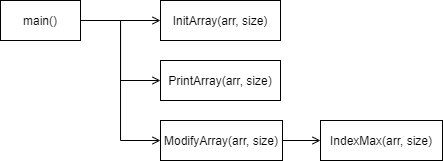
fhctyw/Lab6.2 keeps this draw.io diagram as Lab6.2.1/structure.png. Above is the earlier version. Source tidied: cells renumbered, new cells last; positions are measured from the earlier drawing's top-left corner, leaving out a move shared by most shapes.
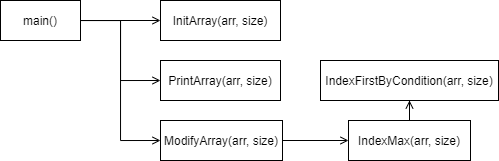
The same file after the commit.

The edit, as a diff of the source:
```diff
@@ -26,8 +26,14 @@
     <mxCell id="9" value="ModifyArray(arr, size)" style="rounded=0;whiteSpace=wrap;html=1;" parent="1" vertex="1">
       <mxGeometry x="160" y="120" width="122" height="40" as="geometry" />
     </mxCell>
+    <mxCell id="11" style="edgeStyle=orthogonalEdgeStyle;rounded=0;jettySize=auto;html=1;entryX=0.5;entryY=1;entryDx=0;entryDy=0;endArrow=open;endFill=0;" parent="1" edge="1" source="10" target="12">
+      <mxGeometry relative="1" as="geometry" />
+    </mxCell>
     <mxCell id="10" value="IndexMax(arr, size)" style="rounded=0;whiteSpace=wrap;html=1;" parent="1" vertex="1">
-      <mxGeometry x="320" y="120" width="122" height="40" as="geometry" />
+      <mxGeometry x="348" y="120" width="122" height="40" as="geometry" />
     </mxCell>
+    <mxCell id="12" value="IndexFirstByCondition(arr, size)" style="rounded=0;whiteSpace=wrap;html=1;" parent="1" vertex="1">
+      <mxGeometry x="320" y="60" width="178" height="40" as="geometry" />
+    </mxCell>
   </root>
 </mxGraphModel>
```
